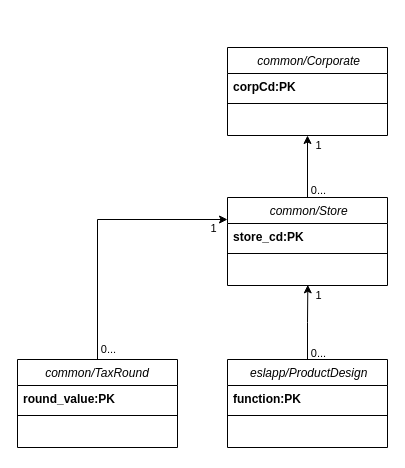
Earlier version of the draw.io diagram 2025-10_tagEL_DB_ClassDiagram_v1.drawio (204139/tagEL-architechure). Source tidied: cells renumbered, new cells numbered last; positions are measured from the earlier drawing's top-left corner, leaving out a move shared by most shapes. Both pictures are drawn from the tidied source at 100%, with x=0, y=0 at pixel (17, 47).
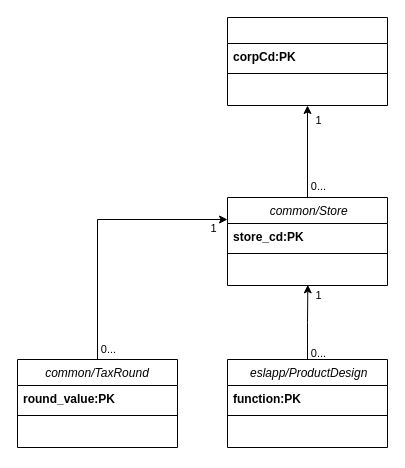
The same diagram, later.

Commit message:
テスト変更

What changed in the source:
```diff
@@
-    <mxCell id="2" value=" common/Corporate" style="swimlane;fontStyle=2;align=center;verticalAlign=top;horizontal=1;startSize=26;rounded=0;shadow=0;strokeWidth=1;" parent="1" vertex="1">
-      <mxGeometry x="210" width="160" height="88" as="geometry" />
+    <mxCell id="2" style="swimlane;fontStyle=2;align=center;verticalAlign=top;horizontal=1;startSize=26;rounded=0;shadow=0;strokeWidth=1;" parent="1" vertex="1">
+      <mxGeometry x="210" y="-30" width="160" height="88" as="geometry" />
     </mxCell>
```
